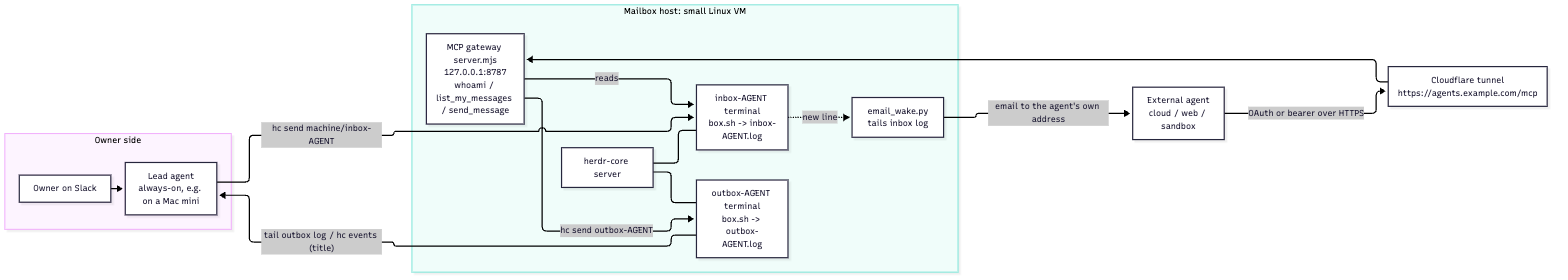
Above: docs/architecture.png in changeroa/agent-mailbox (Mermaid), before the change. Its source is kept beside it as docs/architecture.mmd.
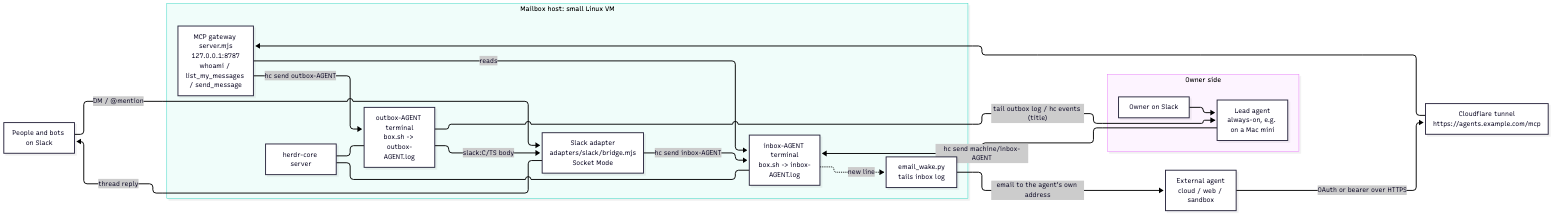
Above is the later version.

Commit message:
docs: two-network SSH route script, Slack adapter in docs and diagram (#3)

Diff of the diagram source:
```diff
@@ -10,7 +10,13 @@
     W[email_wake.py<br/>tails inbox log]
     HC --- IN
     HC --- OUT
+    S[Slack adapter<br/>adapters/slack/bridge.mjs<br/>Socket Mode]
   end
+  P[People and bots on Slack]
+  P -- "DM / @mention" --> S
+  S -- "hc send inbox-AGENT" --> IN
+  OUT -- "slack:C/TS body" --> S
+  S -- "thread reply" --> P
   T[Cloudflare tunnel<br/>https://agents.example.com/mcp]
   A[External agent<br/>cloud / web / sandbox]
   L -- "hc send machine/inbox-AGENT" --> IN
```
